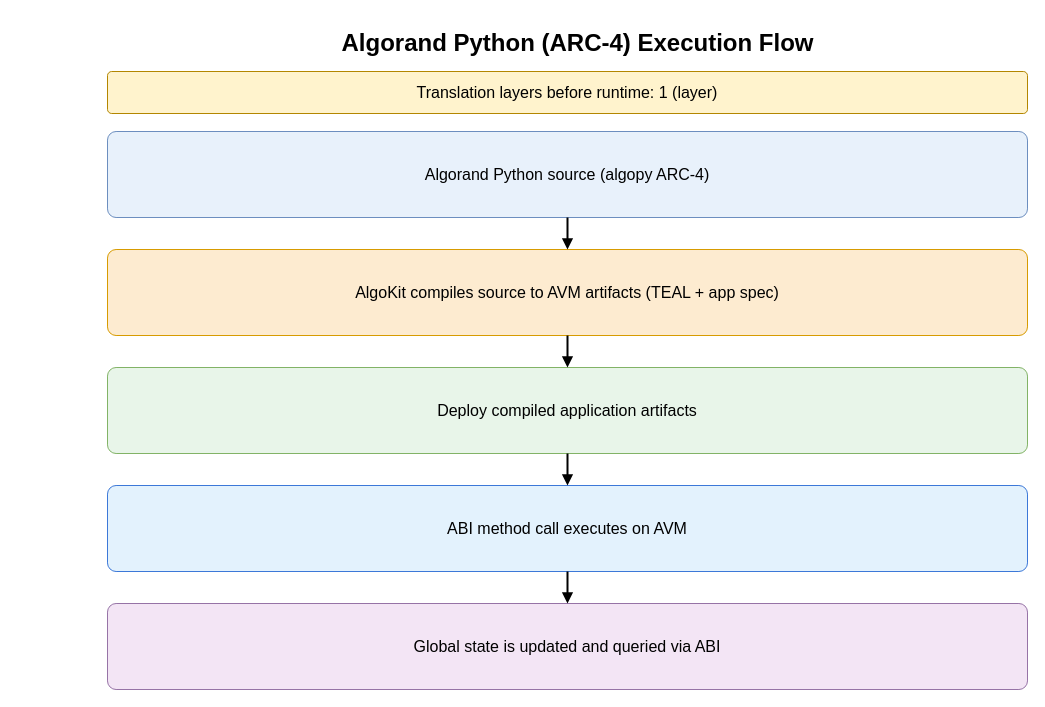
Before: assets/contracting_flows/algorand_python_flow.drawio in Endogen/xian-tech-website, a draw.io diagram. Source tidied: cells renumbered, new cells numbered last; positions are measured from the earlier drawing's top-left corner, leaving out a move shared by most shapes. Both pictures are drawn from the tidied source at 100%, with x=0, y=0 at pixel (107, 25).
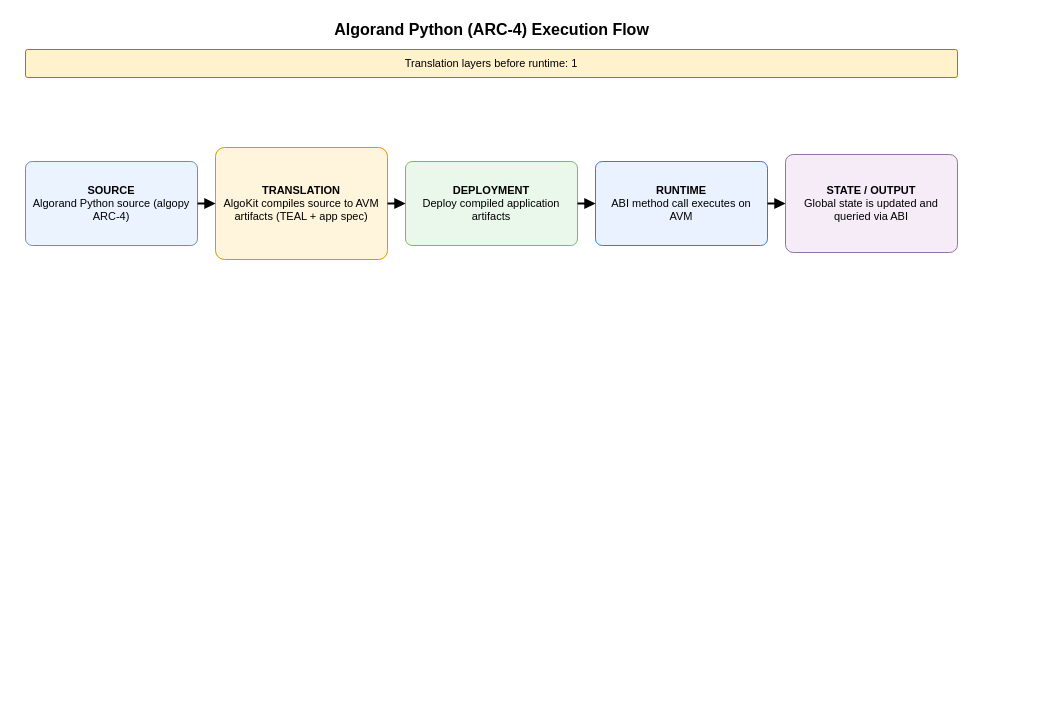
The same page after the edit.

Change to the diagram source:
```diff
@@
 <mxGraphModel>
   <root>
     <mxCell id="0" />
     <mxCell id="1" parent="0" />
-    <mxCell id="2" value="Algorand Python (ARC-4) Execution Flow" style="text;html=1;strokeColor=none;fillColor=none;align=center;verticalAlign=middle;fontSize=24;fontStyle=1;" parent="1" vertex="1">
-      <mxGeometry x="40" width="860" height="36" as="geometry" />
+    <mxCell id="2" value="Algorand Python (ARC-4) Execution Flow" style="text;html=1;strokeColor=none;fillColor=none;align=center;verticalAlign=middle;fontSize=16;fontStyle=1;" parent="1" vertex="1">
+      <mxGeometry x="-90" y="-8" width="948" height="24" as="geometry" />
     </mxCell>
-    <mxCell id="3" value="Translation layers before runtime: 1 (layer)" style="rounded=1;whiteSpace=wrap;html=1;arcSize=10;fillColor=#FFF3CD;strokeColor=#B38600;fontSize=16;" parent="1" vertex="1">
-      <mxGeometry y="46" width="920" height="42" as="geometry" />
+    <mxCell id="3" value="Translation layers before runtime: 1" style="rounded=1;whiteSpace=wrap;html=1;arcSize=8;fillColor=#FFF2CC;strokeColor=#A97700;fontSize=11;align=center;verticalAlign=middle;" parent="1" vertex="1">
+      <mxGeometry x="-82" y="24" width="932" height="28" as="geometry" />
     </mxCell>
-    <mxCell id="4" value="Algorand Python source (algopy ARC-4)" style="rounded=1;whiteSpace=wrap;html=1;arcSize=10;fillColor=#E8F1FB;strokeColor=#6C8EBF;fontSize=16;fontStyle=0;" parent="1" vertex="1">
-      <mxGeometry y="106" width="920" height="86" as="geometry" />
-    </mxCell>
-    <mxCell id="5" value="AlgoKit compiles source to AVM artifacts&amp;#xa;(TEAL + app spec)" style="rounded=1;whiteSpace=wrap;html=1;arcSize=10;fillColor=#FDEBD0;strokeColor=#D79B00;fontSize=16;fontStyle=0;" parent="1" vertex="1">
-      <mxGeometry y="224" width="920" height="86" as="geometry" />
-    </mxCell>
-    <mxCell id="6" value="Deploy compiled application artifacts" style="rounded=1;whiteSpace=wrap;html=1;arcSize=10;fillColor=#E8F5E9;strokeColor=#82B366;fontSize=16;fontStyle=0;" parent="1" vertex="1">
-      <mxGeometry y="342" width="920" height="86" as="geometry" />
-    </mxCell>
-    <mxCell id="7" value="ABI method call executes on AVM" style="rounded=1;whiteSpace=wrap;html=1;arcSize=10;fillColor=#E3F2FD;strokeColor=#3C78D8;fontSize=16;fontStyle=0;" parent="1" vertex="1">
-      <mxGeometry y="460" width="920" height="86" as="geometry" />
-    </mxCell>
-    <mxCell id="8" value="Global state is updated and queried via ABI" style="rounded=1;whiteSpace=wrap;html=1;arcSize=10;fillColor=#F3E5F5;strokeColor=#9673A6;fontSize=16;fontStyle=0;" parent="1" vertex="1">
-      <mxGeometry y="578" width="920" height="86" as="geometry" />
-    </mxCell>
+    <mxCell id="13" value="&lt;b&gt;SOURCE&lt;/b&gt;&lt;br&gt;Algorand Python source (algopy ARC-4)" style="rounded=1;whiteSpace=wrap;html=1;arcSize=8;fillColor=#EAF3FF;strokeColor=#6C8EBF;fontSize=11;align=center;verticalAlign=middle;spacing=6;" parent="1" vertex="1">
+      <mxGeometry x="-82" y="136" width="172" height="84" as="geometry" />
+    </mxCell>
+    <mxCell id="14" value="&lt;b&gt;TRANSLATION&lt;/b&gt;&lt;br&gt;AlgoKit compiles source to AVM artifacts (TEAL + app spec)" style="rounded=1;whiteSpace=wrap;html=1;arcSize=8;fillColor=#FFF4DC;strokeColor=#D79B00;fontSize=11;align=center;verticalAlign=middle;spacing=6;" parent="1" vertex="1">
+      <mxGeometry x="108" y="122" width="172" height="112" as="geometry" />
+    </mxCell>
+    <mxCell id="15" value="&lt;b&gt;DEPLOYMENT&lt;/b&gt;&lt;br&gt;Deploy compiled application artifacts" style="rounded=1;whiteSpace=wrap;html=1;arcSize=8;fillColor=#EAF8EC;strokeColor=#82B366;fontSize=11;align=center;verticalAlign=middle;spacing=6;" parent="1" vertex="1">
+      <mxGeometry x="298" y="136" width="172" height="84" as="geometry" />
+    </mxCell>
+    <mxCell id="16" value="&lt;b&gt;RUNTIME&lt;/b&gt;&lt;br&gt;ABI method call executes on AVM" style="rounded=1;whiteSpace=wrap;html=1;arcSize=8;fillColor=#EAF1FF;strokeColor=#3C78D8;fontSize=11;align=center;verticalAlign=middle;spacing=6;" parent="1" vertex="1">
+      <mxGeometry x="488" y="136" width="172" height="84" as="geometry" />
+    </mxCell>
+    <mxCell id="17" value="&lt;b&gt;STATE / OUTPUT&lt;/b&gt;&lt;br&gt;Global state is updated and queried via ABI" style="rounded=1;whiteSpace=wrap;html=1;arcSize=8;fillColor=#F5ECF8;strokeColor=#9673A6;fontSize=11;align=center;verticalAlign=middle;spacing=6;" parent="1" vertex="1">
+      <mxGeometry x="678" y="129" width="172" height="98" as="geometry" />
+    </mxCell>
-    <mxCell id="9" style="endArrow=block;endFill=1;html=1;rounded=0;strokeWidth=2;edgeStyle=orthogonalEdgeStyle;jettySize=auto;" parent="1" edge="1" source="4" target="5">
+    <mxCell id="9" style="endArrow=block;endFill=1;html=1;rounded=1;strokeWidth=2;edgeStyle=orthogonalEdgeStyle;" parent="1" edge="1" source="13" target="14">
       <mxGeometry relative="1" as="geometry" />
     </mxCell>
-    <mxCell id="10" style="endArrow=block;endFill=1;html=1;rounded=0;strokeWidth=2;edgeStyle=orthogonalEdgeStyle;jettySize=auto;" parent="1" edge="1" source="5" target="6">
+    <mxCell id="10" style="endArrow=block;endFill=1;html=1;rounded=1;strokeWidth=2;edgeStyle=orthogonalEdgeStyle;" parent="1" edge="1" source="14" target="15">
       <mxGeometry relative="1" as="geometry" />
     </mxCell>
-    <mxCell id="11" style="endArrow=block;endFill=1;html=1;rounded=0;strokeWidth=2;edgeStyle=orthogonalEdgeStyle;jettySize=auto;" parent="1" edge="1" source="6" target="7">
+    <mxCell id="11" style="endArrow=block;endFill=1;html=1;rounded=1;strokeWidth=2;edgeStyle=orthogonalEdgeStyle;" parent="1" edge="1" source="15" target="16">
       <mxGeometry relative="1" as="geometry" />
     </mxCell>
-    <mxCell id="12" style="endArrow=block;endFill=1;html=1;rounded=0;strokeWidth=2;edgeStyle=orthogonalEdgeStyle;jettySize=auto;" parent="1" edge="1" source="7" target="8">
+    <mxCell id="12" style="endArrow=block;endFill=1;html=1;rounded=1;strokeWidth=2;edgeStyle=orthogonalEdgeStyle;" parent="1" edge="1" source="16" target="17">
       <mxGeometry relative="1" as="geometry" />
     </mxCell>
   </root>
 </mxGraphModel>
```
